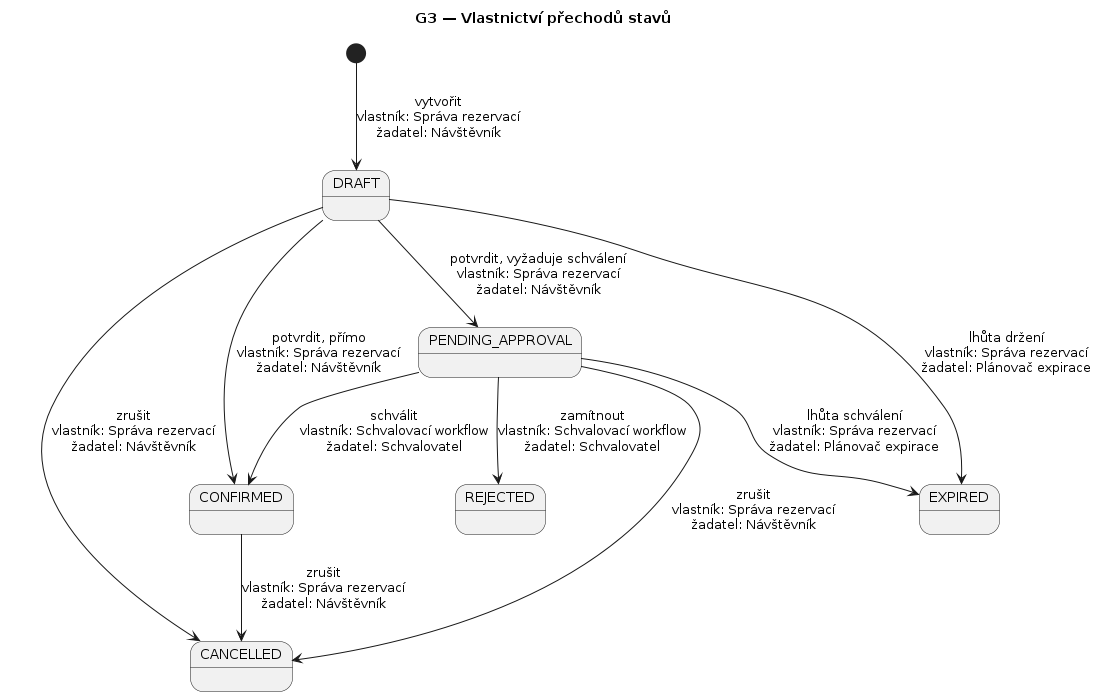
Before: docs/c03-diagrams/state-ownership.png, a diagram exported from PlantUML (jn-flk/SWI).
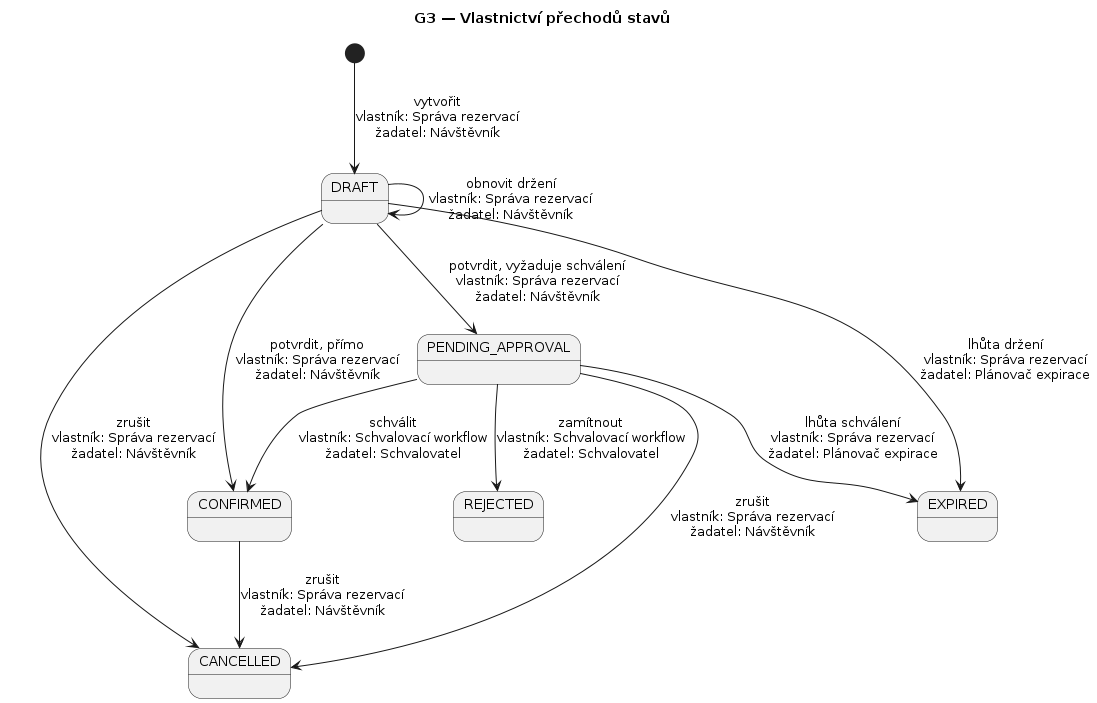
The same file after the commit.

Change to the diagram source:
```diff
@@ -11,6 +11,7 @@
 [*] --> DRAFT : vytvořit\nvlastník: Správa rezervací\nžadatel: Návštěvník
 DRAFT --> CONFIRMED : potvrdit, přímo\nvlastník: Správa rezervací\nžadatel: Návštěvník
 DRAFT --> PENDING_APPROVAL : potvrdit, vyžaduje schválení\nvlastník: Správa rezervací\nžadatel: Návštěvník
+DRAFT --> DRAFT : obnovit držení\nvlastník: Správa rezervací\nžadatel: Návštěvník
 PENDING_APPROVAL --> CONFIRMED : schválit\nvlastník: Schvalovací workflow\nžadatel: Schvalovatel
 PENDING_APPROVAL --> REJECTED : zamítnout\nvlastník: Schvalovací workflow\nžadatel: Schvalovatel
 DRAFT --> CANCELLED : zrušit\nvlastník: Správa rezervací\nžadatel: Návštěvník
```
